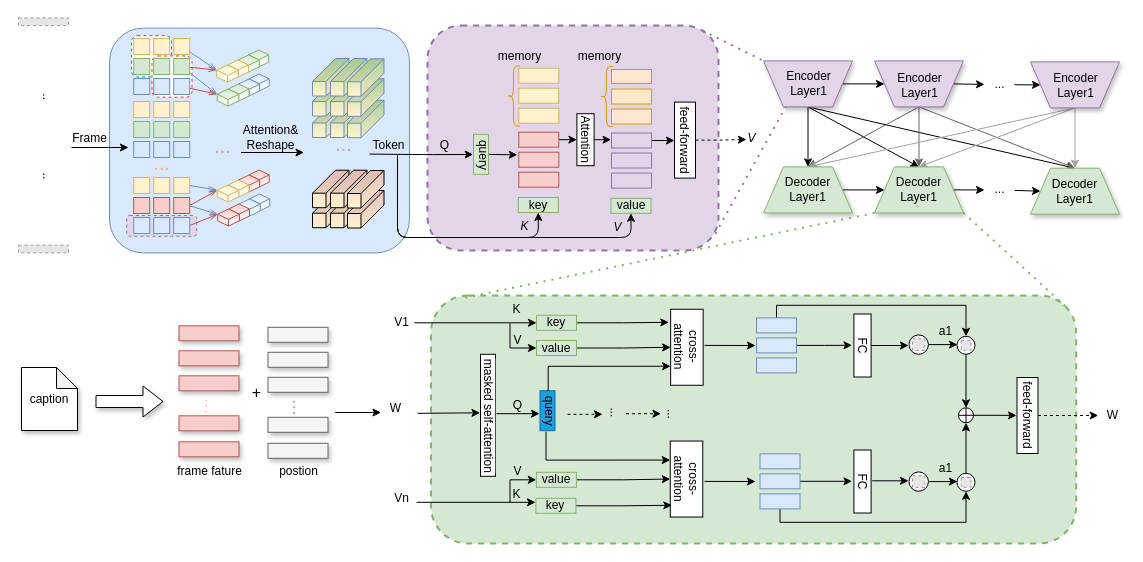
Earlier version of the draw.io diagram 毕设.drawio (jerry-ww/pcbvr). Source tidied: cells renumbered, new cells numbered last; positions are measured from the earlier drawing's top-left corner, leaving out a move shared by most shapes. Both pictures are drawn from the tidied source at 100%, with x=0, y=0 at pixel (18, 17). Pictures stored in the file or linked from it are replaced by grey dashed boxes.
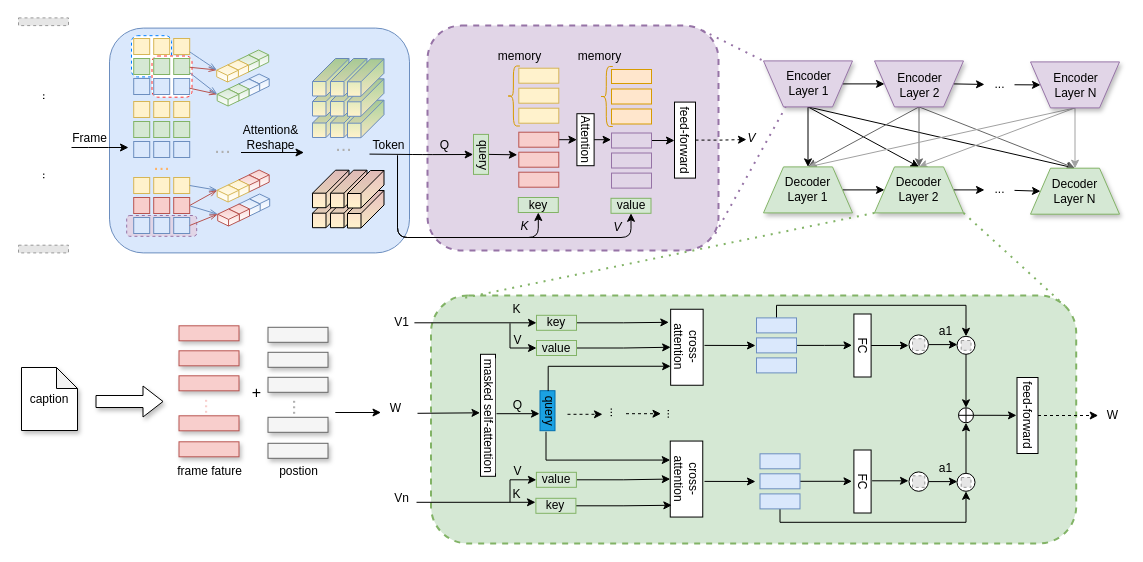
Above is the later version.

Diff of the diagram source:
```diff
@@
-    <mxCell id="85" value="Encoder&lt;br&gt;Layer1" style="text;html=1;align=center;verticalAlign=middle;strokeColor=none;" parent="1" vertex="1">
-      <mxGeometry x="759.5" y="51.3" width="60" height="30" as="geometry" />
+    <mxCell id="85" value="Encoder&lt;br&gt;Layer 1" style="text;html=1;align=center;verticalAlign=middle;strokeColor=none;" parent="1" vertex="1">
+      <mxGeometry x="762.5" y="50.3" width="55" height="32" as="geometry" />
     </mxCell>
@@
-    <mxCell id="91" value="Encoder&lt;br&gt;Layer1" style="text;html=1;align=center;verticalAlign=middle;strokeColor=none;" parent="1" vertex="1">
-      <mxGeometry x="870.5" y="53.2" width="60" height="30" as="geometry" />
+    <mxCell id="91" value="Encoder&lt;br&gt;Layer 2" style="text;html=1;align=center;verticalAlign=middle;strokeColor=none;" parent="1" vertex="1">
+      <mxGeometry x="873.5" y="52.2" width="55" height="32" as="geometry" />
     </mxCell>
@@
-    <mxCell id="96" value="Encoder&lt;br&gt;Layer1" style="text;html=1;align=center;verticalAlign=middle;strokeColor=none;" parent="1" vertex="1">
-      <mxGeometry x="1026.5" y="52.9" width="60" height="30" as="geometry" />
+    <mxCell id="96" value="Encoder&lt;br&gt;Layer N" style="text;html=1;align=center;verticalAlign=middle;strokeColor=none;" parent="1" vertex="1">
+      <mxGeometry x="1029.5" y="51.9" width="55" height="32" as="geometry" />
     </mxCell>
@@
-    <mxCell id="100" value="Decoder&lt;br&gt;Layer1" style="shape=trapezoid;perimeter=trapezoidPerimeter;whiteSpace=wrap;html=1;fixedSize=1;shadow=1;fillColor=#d5e8d4;strokeColor=#82b366;" parent="1" vertex="1">
+    <mxCell id="100" value="Decoder&lt;br&gt;Layer 1" style="shape=trapezoid;perimeter=trapezoidPerimeter;whiteSpace=wrap;html=1;fixedSize=1;shadow=1;fillColor=#d5e8d4;strokeColor=#82b366;" parent="1" vertex="1">
       <mxGeometry x="745" y="149.4" width="89" height="46" as="geometry" />
     </mxCell>
@@
-    <mxCell id="102" value="Decoder&lt;br&gt;Layer1" style="shape=trapezoid;perimeter=trapezoidPerimeter;whiteSpace=wrap;html=1;fixedSize=1;shadow=1;fillColor=#d5e8d4;strokeColor=#82b366;" parent="1" vertex="1">
+    <mxCell id="102" value="Decoder&lt;br&gt;Layer 2" style="shape=trapezoid;perimeter=trapezoidPerimeter;whiteSpace=wrap;html=1;fixedSize=1;shadow=1;fillColor=#d5e8d4;strokeColor=#82b366;" parent="1" vertex="1">
       <mxGeometry x="856" y="149.4" width="89" height="46" as="geometry" />
     </mxCell>
-    <mxCell id="103" value="Decoder&lt;br&gt;Layer1" style="shape=trapezoid;perimeter=trapezoidPerimeter;whiteSpace=wrap;html=1;fixedSize=1;shadow=1;fillColor=#d5e8d4;strokeColor=#82b366;" parent="1" vertex="1">
+    <mxCell id="103" value="Decoder&lt;br&gt;Layer N" style="shape=trapezoid;perimeter=trapezoidPerimeter;whiteSpace=wrap;html=1;fixedSize=1;shadow=1;fillColor=#d5e8d4;strokeColor=#82b366;" parent="1" vertex="1">
       <mxGeometry x="1012" y="150.7" width="89" height="46" as="geometry" />
     </mxCell>
```
